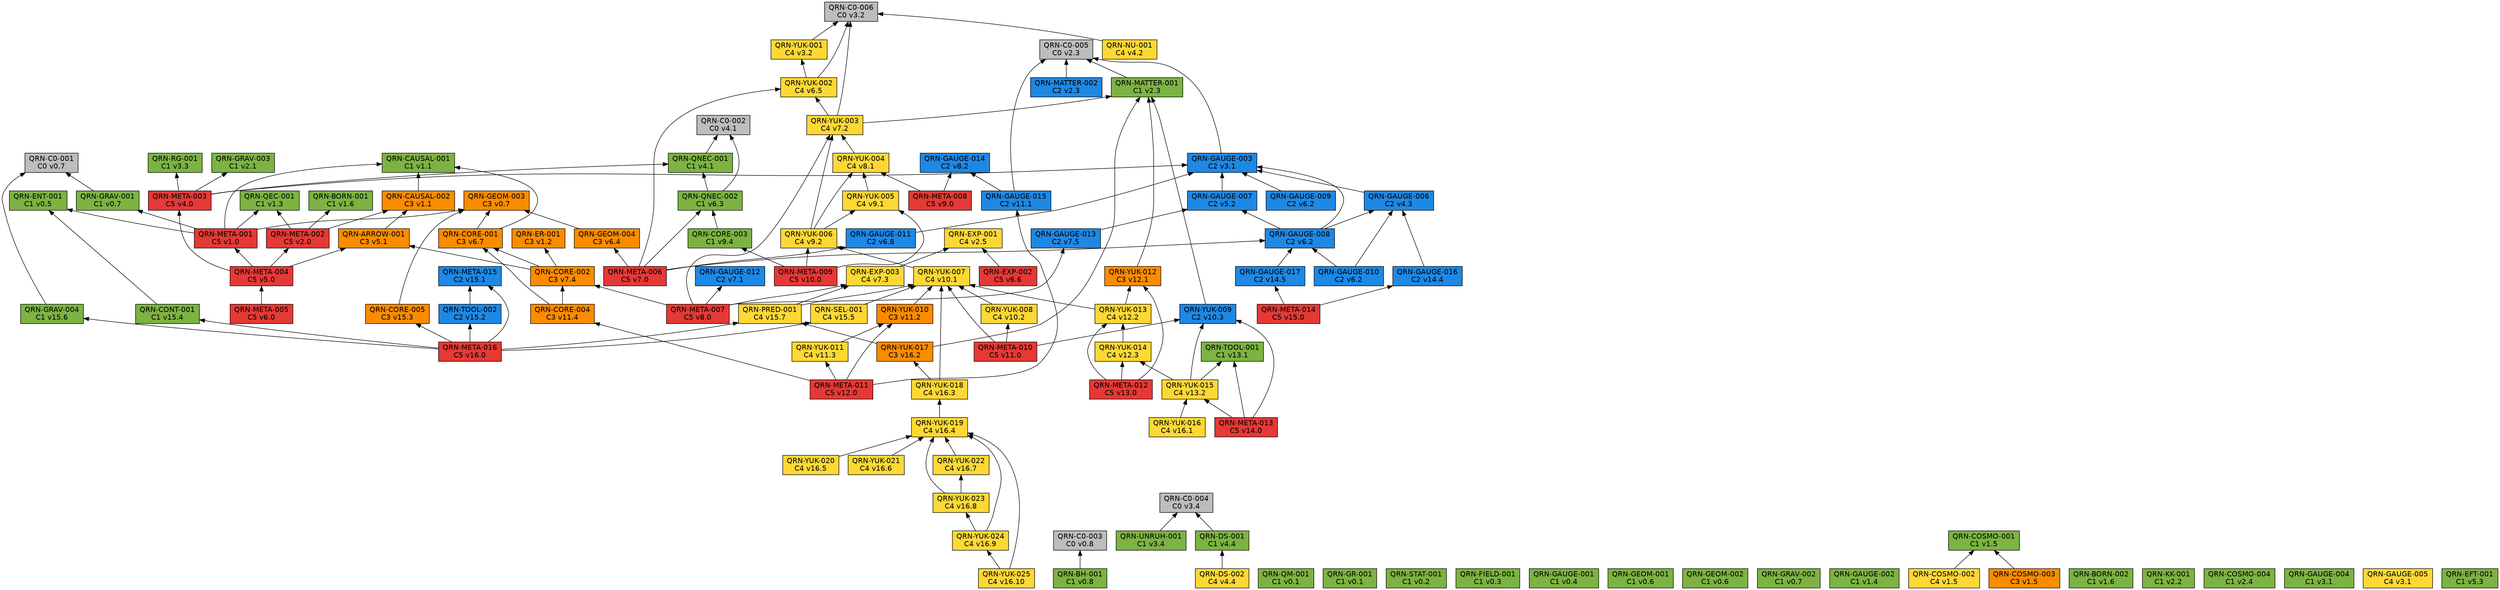
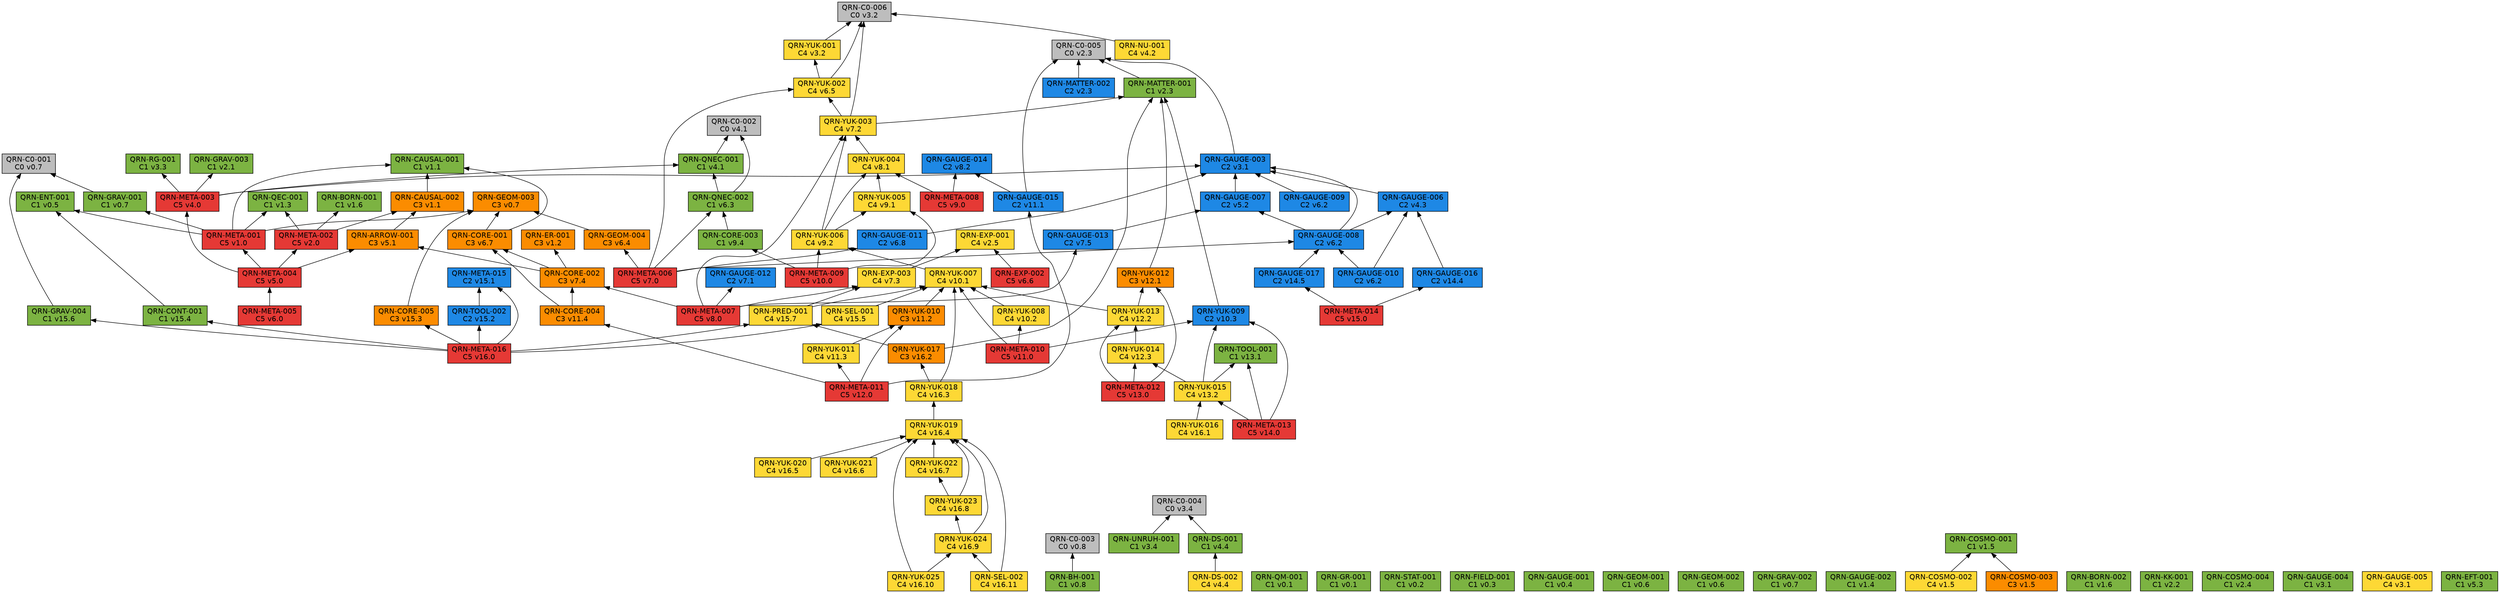
// 自動生成 (dag/report.pl) — QRN 主張依存グラフ
digraph qrn {
  rankdir=BT;
  node [shape=box, style=filled, fontname="Helvetica"];
  "QRN-C0-001" [fillcolor="#bdbdbd", label="QRN-C0-001\nC0 v0.7"];
  "QRN-C0-002" [fillcolor="#bdbdbd", label="QRN-C0-002\nC0 v4.1"];
  "QRN-C0-003" [fillcolor="#bdbdbd", label="QRN-C0-003\nC0 v0.8"];
  "QRN-C0-004" [fillcolor="#bdbdbd", label="QRN-C0-004\nC0 v3.4"];
  "QRN-C0-005" [fillcolor="#bdbdbd", label="QRN-C0-005\nC0 v2.3"];
  "QRN-C0-006" [fillcolor="#bdbdbd", label="QRN-C0-006\nC0 v3.2"];
  "QRN-QM-001" [fillcolor="#7cb342", label="QRN-QM-001\nC1 v0.1"];
  "QRN-GR-001" [fillcolor="#7cb342", label="QRN-GR-001\nC1 v0.1"];
  "QRN-STAT-001" [fillcolor="#7cb342", label="QRN-STAT-001\nC1 v0.2"];
  "QRN-FIELD-001" [fillcolor="#7cb342", label="QRN-FIELD-001\nC1 v0.3"];
  "QRN-GAUGE-001" [fillcolor="#7cb342", label="QRN-GAUGE-001\nC1 v0.4"];
  "QRN-ENT-001" [fillcolor="#7cb342", label="QRN-ENT-001\nC1 v0.5"];
  "QRN-GEOM-001" [fillcolor="#7cb342", label="QRN-GEOM-001\nC1 v0.6"];
  "QRN-GEOM-002" [fillcolor="#7cb342", label="QRN-GEOM-002\nC1 v0.6"];
  "QRN-GEOM-003" [fillcolor="#fb8c00", label="QRN-GEOM-003\nC3 v0.7"];
  "QRN-GRAV-001" [fillcolor="#7cb342", label="QRN-GRAV-001\nC1 v0.7"];
  "QRN-GRAV-002" [fillcolor="#7cb342", label="QRN-GRAV-002\nC1 v0.7"];
  "QRN-BH-001" [fillcolor="#7cb342", label="QRN-BH-001\nC1 v0.8"];
  "QRN-CAUSAL-001" [fillcolor="#7cb342", label="QRN-CAUSAL-001\nC1 v1.1"];
  "QRN-CAUSAL-002" [fillcolor="#fb8c00", label="QRN-CAUSAL-002\nC3 v1.1"];
  "QRN-ER-001" [fillcolor="#fb8c00", label="QRN-ER-001\nC3 v1.2"];
  "QRN-QEC-001" [fillcolor="#7cb342", label="QRN-QEC-001\nC1 v1.3"];
  "QRN-GAUGE-002" [fillcolor="#7cb342", label="QRN-GAUGE-002\nC1 v1.4"];
  "QRN-COSMO-001" [fillcolor="#7cb342", label="QRN-COSMO-001\nC1 v1.5"];
  "QRN-COSMO-002" [fillcolor="#fdd835", label="QRN-COSMO-002\nC4 v1.5"];
  "QRN-COSMO-003" [fillcolor="#fb8c00", label="QRN-COSMO-003\nC3 v1.5"];
  "QRN-BORN-001" [fillcolor="#7cb342", label="QRN-BORN-001\nC1 v1.6"];
  "QRN-BORN-002" [fillcolor="#7cb342", label="QRN-BORN-002\nC1 v1.6"];
  "QRN-GRAV-003" [fillcolor="#7cb342", label="QRN-GRAV-003\nC1 v2.1"];
  "QRN-KK-001" [fillcolor="#7cb342", label="QRN-KK-001\nC1 v2.2"];
  "QRN-MATTER-001" [fillcolor="#7cb342", label="QRN-MATTER-001\nC1 v2.3"];
  "QRN-MATTER-002" [fillcolor="#1e88e5", label="QRN-MATTER-002\nC2 v2.3"];
  "QRN-COSMO-004" [fillcolor="#7cb342", label="QRN-COSMO-004\nC1 v2.4"];
  "QRN-EXP-001" [fillcolor="#fdd835", label="QRN-EXP-001\nC4 v2.5"];
  "QRN-GAUGE-003" [fillcolor="#1e88e5", label="QRN-GAUGE-003\nC2 v3.1"];
  "QRN-GAUGE-004" [fillcolor="#7cb342", label="QRN-GAUGE-004\nC1 v3.1"];
  "QRN-GAUGE-005" [fillcolor="#fdd835", label="QRN-GAUGE-005\nC4 v3.1"];
  "QRN-YUK-001" [fillcolor="#fdd835", label="QRN-YUK-001\nC4 v3.2"];
  "QRN-RG-001" [fillcolor="#7cb342", label="QRN-RG-001\nC1 v3.3"];
  "QRN-UNRUH-001" [fillcolor="#7cb342", label="QRN-UNRUH-001\nC1 v3.4"];
  "QRN-QNEC-001" [fillcolor="#7cb342", label="QRN-QNEC-001\nC1 v4.1"];
  "QRN-NU-001" [fillcolor="#fdd835", label="QRN-NU-001\nC4 v4.2"];
  "QRN-GAUGE-006" [fillcolor="#1e88e5", label="QRN-GAUGE-006\nC2 v4.3"];
  "QRN-DS-001" [fillcolor="#7cb342", label="QRN-DS-001\nC1 v4.4"];
  "QRN-DS-002" [fillcolor="#fdd835", label="QRN-DS-002\nC4 v4.4"];
  "QRN-ARROW-001" [fillcolor="#fb8c00", label="QRN-ARROW-001\nC3 v5.1"];
  "QRN-GAUGE-007" [fillcolor="#1e88e5", label="QRN-GAUGE-007\nC2 v5.2"];
  "QRN-EFT-001" [fillcolor="#7cb342", label="QRN-EFT-001\nC1 v5.3"];
  "QRN-GAUGE-008" [fillcolor="#1e88e5", label="QRN-GAUGE-008\nC2 v6.2"];
  "QRN-GAUGE-009" [fillcolor="#1e88e5", label="QRN-GAUGE-009\nC2 v6.2"];
  "QRN-GAUGE-010" [fillcolor="#1e88e5", label="QRN-GAUGE-010\nC2 v6.2"];
  "QRN-QNEC-002" [fillcolor="#7cb342", label="QRN-QNEC-002\nC1 v6.3"];
  "QRN-GEOM-004" [fillcolor="#fb8c00", label="QRN-GEOM-004\nC3 v6.4"];
  "QRN-YUK-002" [fillcolor="#fdd835", label="QRN-YUK-002\nC4 v6.5"];
  "QRN-EXP-002" [fillcolor="#e53935", label="QRN-EXP-002\nC5 v6.6"];
  "QRN-CORE-001" [fillcolor="#fb8c00", label="QRN-CORE-001\nC3 v6.7"];
  "QRN-GAUGE-011" [fillcolor="#1e88e5", label="QRN-GAUGE-011\nC2 v6.8"];
  "QRN-GAUGE-012" [fillcolor="#1e88e5", label="QRN-GAUGE-012\nC2 v7.1"];
  "QRN-YUK-003" [fillcolor="#fdd835", label="QRN-YUK-003\nC4 v7.2"];
  "QRN-EXP-003" [fillcolor="#fdd835", label="QRN-EXP-003\nC4 v7.3"];
  "QRN-CORE-002" [fillcolor="#fb8c00", label="QRN-CORE-002\nC3 v7.4"];
  "QRN-GAUGE-013" [fillcolor="#1e88e5", label="QRN-GAUGE-013\nC2 v7.5"];
  "QRN-YUK-004" [fillcolor="#fdd835", label="QRN-YUK-004\nC4 v8.1"];
  "QRN-GAUGE-014" [fillcolor="#1e88e5", label="QRN-GAUGE-014\nC2 v8.2"];
  "QRN-META-001" [fillcolor="#e53935", label="QRN-META-001\nC5 v1.0"];
  "QRN-META-002" [fillcolor="#e53935", label="QRN-META-002\nC5 v2.0"];
  "QRN-META-003" [fillcolor="#e53935", label="QRN-META-003\nC5 v4.0"];
  "QRN-META-004" [fillcolor="#e53935", label="QRN-META-004\nC5 v5.0"];
  "QRN-META-005" [fillcolor="#e53935", label="QRN-META-005\nC5 v6.0"];
  "QRN-META-006" [fillcolor="#e53935", label="QRN-META-006\nC5 v7.0"];
  "QRN-META-007" [fillcolor="#e53935", label="QRN-META-007\nC5 v8.0"];
  "QRN-META-008" [fillcolor="#e53935", label="QRN-META-008\nC5 v9.0"];
  "QRN-YUK-005" [fillcolor="#fdd835", label="QRN-YUK-005\nC4 v9.1"];
  "QRN-YUK-006" [fillcolor="#fdd835", label="QRN-YUK-006\nC4 v9.2"];
  "QRN-CORE-003" [fillcolor="#7cb342", label="QRN-CORE-003\nC1 v9.4"];
  "QRN-META-009" [fillcolor="#e53935", label="QRN-META-009\nC5 v10.0"];
  "QRN-YUK-007" [fillcolor="#fdd835", label="QRN-YUK-007\nC4 v10.1"];
  "QRN-YUK-008" [fillcolor="#fdd835", label="QRN-YUK-008\nC4 v10.2"];
  "QRN-YUK-009" [fillcolor="#1e88e5", label="QRN-YUK-009\nC2 v10.3"];
  "QRN-META-010" [fillcolor="#e53935", label="QRN-META-010\nC5 v11.0"];
  "QRN-GAUGE-015" [fillcolor="#1e88e5", label="QRN-GAUGE-015\nC2 v11.1"];
  "QRN-YUK-010" [fillcolor="#fb8c00", label="QRN-YUK-010\nC3 v11.2"];
  "QRN-YUK-011" [fillcolor="#fdd835", label="QRN-YUK-011\nC4 v11.3"];
  "QRN-CORE-004" [fillcolor="#fb8c00", label="QRN-CORE-004\nC3 v11.4"];
  "QRN-META-011" [fillcolor="#e53935", label="QRN-META-011\nC5 v12.0"];
  "QRN-YUK-012" [fillcolor="#fb8c00", label="QRN-YUK-012\nC3 v12.1"];
  "QRN-YUK-013" [fillcolor="#fdd835", label="QRN-YUK-013\nC4 v12.2"];
  "QRN-YUK-014" [fillcolor="#fdd835", label="QRN-YUK-014\nC4 v12.3"];
  "QRN-META-012" [fillcolor="#e53935", label="QRN-META-012\nC5 v13.0"];
  "QRN-TOOL-001" [fillcolor="#7cb342", label="QRN-TOOL-001\nC1 v13.1"];
  "QRN-YUK-015" [fillcolor="#fdd835", label="QRN-YUK-015\nC4 v13.2"];
  "QRN-META-013" [fillcolor="#e53935", label="QRN-META-013\nC5 v14.0"];
  "QRN-GAUGE-016" [fillcolor="#1e88e5", label="QRN-GAUGE-016\nC2 v14.4"];
  "QRN-GAUGE-017" [fillcolor="#1e88e5", label="QRN-GAUGE-017\nC2 v14.5"];
  "QRN-META-014" [fillcolor="#e53935", label="QRN-META-014\nC5 v15.0"];
  "QRN-META-015" [fillcolor="#1e88e5", label="QRN-META-015\nC2 v15.1"];
  "QRN-TOOL-002" [fillcolor="#1e88e5", label="QRN-TOOL-002\nC2 v15.2"];
  "QRN-CORE-005" [fillcolor="#fb8c00", label="QRN-CORE-005\nC3 v15.3"];
  "QRN-CONT-001" [fillcolor="#7cb342", label="QRN-CONT-001\nC1 v15.4"];
  "QRN-SEL-001" [fillcolor="#fdd835", label="QRN-SEL-001\nC4 v15.5"];
  "QRN-GRAV-004" [fillcolor="#7cb342", label="QRN-GRAV-004\nC1 v15.6"];
  "QRN-PRED-001" [fillcolor="#fdd835", label="QRN-PRED-001\nC4 v15.7"];
  "QRN-META-016" [fillcolor="#e53935", label="QRN-META-016\nC5 v16.0"];
  "QRN-YUK-016" [fillcolor="#fdd835", label="QRN-YUK-016\nC4 v16.1"];
  "QRN-YUK-017" [fillcolor="#fb8c00", label="QRN-YUK-017\nC3 v16.2"];
  "QRN-YUK-018" [fillcolor="#fdd835", label="QRN-YUK-018\nC4 v16.3"];
  "QRN-YUK-019" [fillcolor="#fdd835", label="QRN-YUK-019\nC4 v16.4"];
  "QRN-YUK-020" [fillcolor="#fdd835", label="QRN-YUK-020\nC4 v16.5"];
  "QRN-YUK-021" [fillcolor="#fdd835", label="QRN-YUK-021\nC4 v16.6"];
  "QRN-YUK-022" [fillcolor="#fdd835", label="QRN-YUK-022\nC4 v16.7"];
  "QRN-YUK-023" [fillcolor="#fdd835", label="QRN-YUK-023\nC4 v16.8"];
  "QRN-YUK-024" [fillcolor="#fdd835", label="QRN-YUK-024\nC4 v16.9"];
  "QRN-YUK-025" [fillcolor="#fdd835", label="QRN-YUK-025\nC4 v16.10"];
+   "QRN-SEL-002" [fillcolor="#fdd835", label="QRN-SEL-002\nC4 v16.11"];
  "QRN-GRAV-001" -> "QRN-C0-001";
  "QRN-BH-001" -> "QRN-C0-003";
  "QRN-CAUSAL-002" -> "QRN-CAUSAL-001";
  "QRN-COSMO-002" -> "QRN-COSMO-001";
  "QRN-COSMO-003" -> "QRN-COSMO-001";
  "QRN-MATTER-001" -> "QRN-C0-005";
  "QRN-MATTER-002" -> "QRN-C0-005";
  "QRN-GAUGE-003" -> "QRN-C0-005";
  "QRN-YUK-001" -> "QRN-C0-006";
  "QRN-UNRUH-001" -> "QRN-C0-004";
  "QRN-QNEC-001" -> "QRN-C0-002";
  "QRN-NU-001" -> "QRN-C0-006";
  "QRN-GAUGE-006" -> "QRN-GAUGE-003";
  "QRN-DS-001" -> "QRN-C0-004";
  "QRN-DS-002" -> "QRN-DS-001";
  "QRN-ARROW-001" -> "QRN-CAUSAL-002";
  "QRN-GAUGE-007" -> "QRN-GAUGE-003";
  "QRN-GAUGE-008" -> "QRN-GAUGE-003";
  "QRN-GAUGE-008" -> "QRN-GAUGE-006";
  "QRN-GAUGE-008" -> "QRN-GAUGE-007";
  "QRN-GAUGE-009" -> "QRN-GAUGE-003";
  "QRN-GAUGE-010" -> "QRN-GAUGE-006";
  "QRN-GAUGE-010" -> "QRN-GAUGE-008";
  "QRN-QNEC-002" -> "QRN-C0-002";
  "QRN-QNEC-002" -> "QRN-QNEC-001";
  "QRN-GEOM-004" -> "QRN-GEOM-003";
  "QRN-YUK-002" -> "QRN-C0-006";
  "QRN-YUK-002" -> "QRN-YUK-001";
  "QRN-EXP-002" -> "QRN-EXP-001";
  "QRN-CORE-001" -> "QRN-GEOM-003";
  "QRN-CORE-001" -> "QRN-CAUSAL-001";
  "QRN-GAUGE-011" -> "QRN-GAUGE-003";
  "QRN-YUK-003" -> "QRN-C0-006";
  "QRN-YUK-003" -> "QRN-MATTER-001";
  "QRN-YUK-003" -> "QRN-YUK-002";
  "QRN-EXP-003" -> "QRN-EXP-001";
  "QRN-CORE-002" -> "QRN-CORE-001";
  "QRN-CORE-002" -> "QRN-ER-001";
  "QRN-CORE-002" -> "QRN-ARROW-001";
  "QRN-GAUGE-013" -> "QRN-GAUGE-007";
  "QRN-YUK-004" -> "QRN-YUK-003";
  "QRN-META-001" -> "QRN-GEOM-003";
  "QRN-META-001" -> "QRN-GRAV-001";
  "QRN-META-001" -> "QRN-CAUSAL-001";
  "QRN-META-001" -> "QRN-QEC-001";
  "QRN-META-001" -> "QRN-ENT-001";
  "QRN-META-002" -> "QRN-QEC-001";
  "QRN-META-002" -> "QRN-BORN-001";
  "QRN-META-002" -> "QRN-CAUSAL-002";
  "QRN-META-003" -> "QRN-GAUGE-003";
  "QRN-META-003" -> "QRN-RG-001";
  "QRN-META-003" -> "QRN-QNEC-001";
  "QRN-META-003" -> "QRN-GRAV-003";
  "QRN-META-004" -> "QRN-META-001";
  "QRN-META-004" -> "QRN-META-002";
  "QRN-META-004" -> "QRN-META-003";
  "QRN-META-004" -> "QRN-ARROW-001";
  "QRN-META-005" -> "QRN-META-004";
  "QRN-META-006" -> "QRN-GAUGE-008";
  "QRN-META-006" -> "QRN-QNEC-002";
  "QRN-META-006" -> "QRN-GEOM-004";
  "QRN-META-006" -> "QRN-YUK-002";
  "QRN-META-006" -> "QRN-GAUGE-011";
  "QRN-META-007" -> "QRN-GAUGE-012";
  "QRN-META-007" -> "QRN-YUK-003";
  "QRN-META-007" -> "QRN-EXP-003";
  "QRN-META-007" -> "QRN-CORE-002";
  "QRN-META-007" -> "QRN-GAUGE-013";
  "QRN-META-008" -> "QRN-YUK-004";
  "QRN-META-008" -> "QRN-GAUGE-014";
  "QRN-YUK-005" -> "QRN-YUK-004";
  "QRN-YUK-006" -> "QRN-YUK-003";
  "QRN-YUK-006" -> "QRN-YUK-004";
  "QRN-YUK-006" -> "QRN-YUK-005";
  "QRN-CORE-003" -> "QRN-QNEC-002";
  "QRN-META-009" -> "QRN-YUK-005";
  "QRN-META-009" -> "QRN-YUK-006";
  "QRN-META-009" -> "QRN-CORE-003";
  "QRN-YUK-007" -> "QRN-YUK-006";
  "QRN-YUK-008" -> "QRN-YUK-007";
  "QRN-YUK-009" -> "QRN-MATTER-001";
  "QRN-META-010" -> "QRN-YUK-007";
  "QRN-META-010" -> "QRN-YUK-008";
  "QRN-META-010" -> "QRN-YUK-009";
  "QRN-GAUGE-015" -> "QRN-C0-005";
  "QRN-GAUGE-015" -> "QRN-GAUGE-014";
  "QRN-YUK-010" -> "QRN-YUK-007";
  "QRN-YUK-011" -> "QRN-YUK-010";
  "QRN-CORE-004" -> "QRN-CORE-001";
  "QRN-CORE-004" -> "QRN-CORE-002";
  "QRN-META-011" -> "QRN-GAUGE-015";
  "QRN-META-011" -> "QRN-YUK-010";
  "QRN-META-011" -> "QRN-YUK-011";
  "QRN-META-011" -> "QRN-CORE-004";
  "QRN-YUK-012" -> "QRN-MATTER-001";
  "QRN-YUK-013" -> "QRN-YUK-012";
  "QRN-YUK-013" -> "QRN-YUK-007";
  "QRN-YUK-014" -> "QRN-YUK-013";
  "QRN-META-012" -> "QRN-YUK-012";
  "QRN-META-012" -> "QRN-YUK-013";
  "QRN-META-012" -> "QRN-YUK-014";
  "QRN-YUK-015" -> "QRN-YUK-014";
  "QRN-YUK-015" -> "QRN-TOOL-001";
  "QRN-YUK-015" -> "QRN-YUK-009";
  "QRN-META-013" -> "QRN-YUK-015";
  "QRN-META-013" -> "QRN-TOOL-001";
  "QRN-META-013" -> "QRN-YUK-009";
  "QRN-GAUGE-016" -> "QRN-GAUGE-006";
  "QRN-GAUGE-017" -> "QRN-GAUGE-008";
  "QRN-META-014" -> "QRN-GAUGE-016";
  "QRN-META-014" -> "QRN-GAUGE-017";
  "QRN-TOOL-002" -> "QRN-META-015";
  "QRN-CORE-005" -> "QRN-GEOM-003";
  "QRN-CONT-001" -> "QRN-ENT-001";
  "QRN-SEL-001" -> "QRN-YUK-007";
  "QRN-GRAV-004" -> "QRN-C0-001";
  "QRN-PRED-001" -> "QRN-YUK-007";
  "QRN-PRED-001" -> "QRN-EXP-003";
  "QRN-META-016" -> "QRN-META-015";
  "QRN-META-016" -> "QRN-TOOL-002";
  "QRN-META-016" -> "QRN-CORE-005";
  "QRN-META-016" -> "QRN-CONT-001";
  "QRN-META-016" -> "QRN-SEL-001";
  "QRN-META-016" -> "QRN-GRAV-004";
  "QRN-META-016" -> "QRN-PRED-001";
  "QRN-YUK-016" -> "QRN-YUK-015";
  "QRN-YUK-017" -> "QRN-MATTER-001";
  "QRN-YUK-017" -> "QRN-PRED-001";
  "QRN-YUK-018" -> "QRN-YUK-017";
  "QRN-YUK-018" -> "QRN-YUK-007";
  "QRN-YUK-019" -> "QRN-YUK-018";
  "QRN-YUK-020" -> "QRN-YUK-019";
  "QRN-YUK-021" -> "QRN-YUK-019";
  "QRN-YUK-022" -> "QRN-YUK-019";
  "QRN-YUK-023" -> "QRN-YUK-019";
  "QRN-YUK-023" -> "QRN-YUK-022";
  "QRN-YUK-024" -> "QRN-YUK-019";
  "QRN-YUK-024" -> "QRN-YUK-023";
  "QRN-YUK-025" -> "QRN-YUK-019";
  "QRN-YUK-025" -> "QRN-YUK-024";
+   "QRN-SEL-002" -> "QRN-YUK-019";
+   "QRN-SEL-002" -> "QRN-YUK-024";
}
